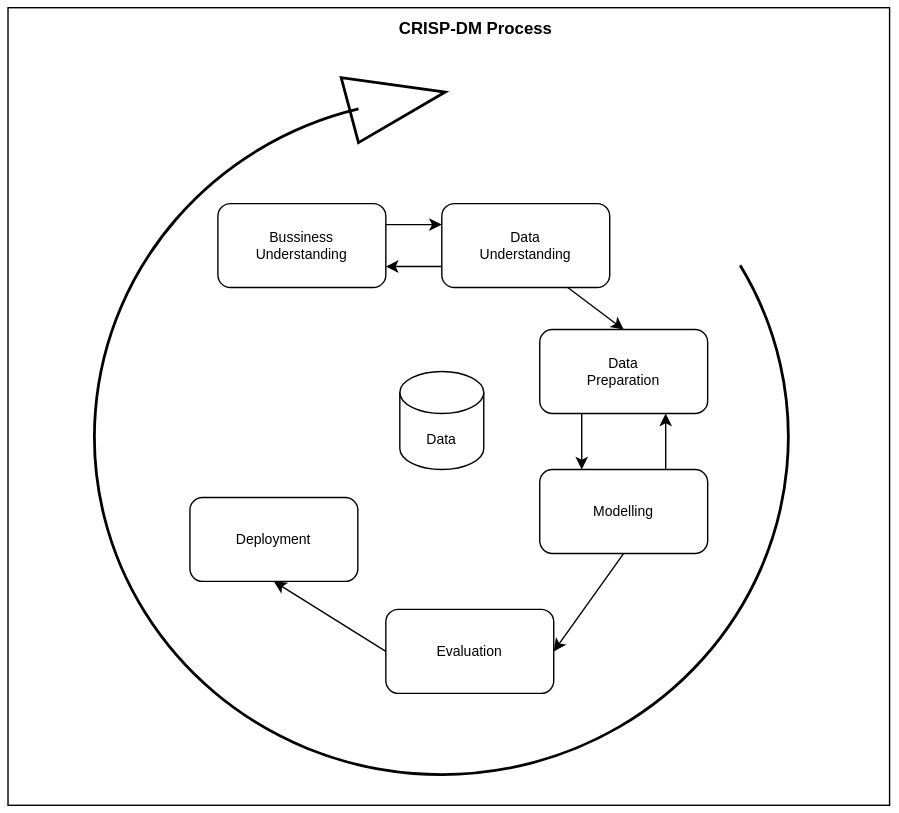
The draw.io diagram assets/images/post/jenis-jenis-proses-data-analisis/gambar5.svg in kangnurrohman/kangnurrohman.github.io, before a commit. Source tidied: cells renumbered, new cells last; positions are measured from the earlier drawing's top-left corner, leaving out a move shared by most shapes.
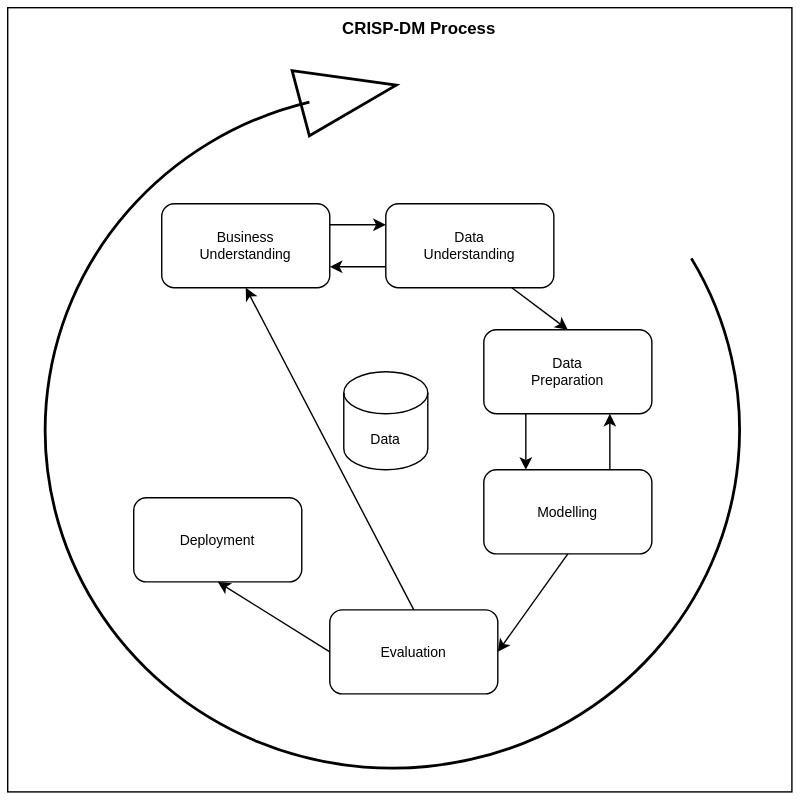
Above is the later version.

Diff of the diagram source:
```diff
@@ -3,12 +3,12 @@
     <mxCell id="0" />
     <mxCell id="1" parent="0" />
     <mxCell id="2" style="rounded=0;whiteSpace=wrap;html=1;shadow=0;sketch=0;fillStyle=auto;strokeColor=default;fontSize=10;fillColor=default;gradientColor=none;" parent="1" vertex="1">
-      <mxGeometry width="630" height="570" as="geometry" />
+      <mxGeometry x="40" width="560" height="560" as="geometry" />
     </mxCell>
     <mxCell id="3" style="edgeStyle=orthogonalEdgeStyle;rounded=0;jettySize=auto;html=1;exitX=1;exitY=0.25;exitDx=0;exitDy=0;entryX=0;entryY=0.25;entryDx=0;entryDy=0;fontSize=10;" parent="1" edge="1" source="4" target="6">
       <mxGeometry relative="1" as="geometry" />
     </mxCell>
-    <mxCell id="4" value="Bussiness&lt;br&gt;Understanding" style="rounded=1;whiteSpace=wrap;html=1;fontSize=10;" parent="1" vertex="1">
+    <mxCell id="4" value="Business&lt;br&gt;Understanding" style="rounded=1;whiteSpace=wrap;html=1;fontSize=10;" parent="1" vertex="1">
       <mxGeometry x="150" y="140" width="120" height="60" as="geometry" />
     </mxCell>
     <mxCell id="5" style="edgeStyle=orthogonalEdgeStyle;rounded=0;jettySize=auto;html=1;exitX=0;exitY=0.75;exitDx=0;exitDy=0;entryX=1;entryY=0.75;entryDx=0;entryDy=0;fontSize=10;" parent="1" edge="1" source="6" target="4">
@@ -48,10 +48,13 @@
       <mxGeometry x="280" y="260" width="60" height="70" as="geometry" />
     </mxCell>
     <mxCell id="17" style="verticalLabelPosition=bottom;html=1;verticalAlign=top;strokeWidth=2;shape=mxgraph.lean_mapping.physical_pull;shadow=0;sketch=0;fillStyle=auto;strokeColor=default;fontSize=10;fillColor=none;gradientColor=none;direction=north;flipH=1;flipV=0;" parent="1" vertex="1">
-      <mxGeometry x="60" y="50" width="500" height="500" as="geometry" />
+      <mxGeometry x="65" y="45" width="500" height="500" as="geometry" />
     </mxCell>
     <mxCell id="18" value="CRISP-DM Process" style="text;html=1;strokeColor=none;fillColor=none;align=center;verticalAlign=middle;whiteSpace=wrap;rounded=0;shadow=0;sketch=0;fillStyle=auto;fontSize=12;fontStyle=1;" parent="1" vertex="1">
       <mxGeometry x="270" width="128.5" height="30" as="geometry" />
     </mxCell>
+    <mxCell id="19" style="endArrow=classic;html=1;rounded=0;exitX=0.5;exitY=0;exitDx=0;exitDy=0;entryX=0.5;entryY=1;entryDx=0;entryDy=0;" parent="1" edge="1" source="12" target="4">
+      <mxGeometry relative="1" as="geometry" />
+    </mxCell>
   </root>
 </mxGraphModel>
```
